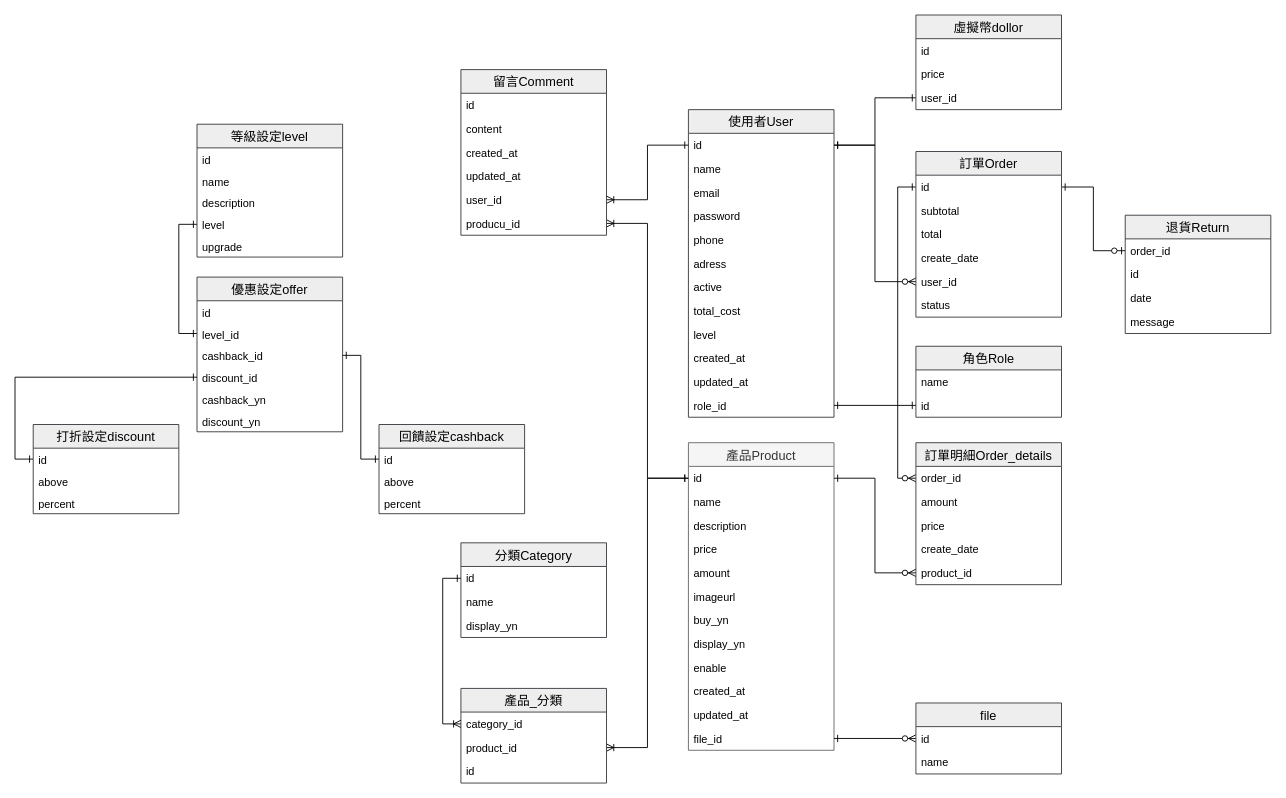
Shenyoyo/ShoppingWeb keeps this draw.io diagram as 系統規劃/購物網資料庫設計.drawio. Above is the earlier version. Source tidied: cells renumbered, new cells numbered last; positions are measured from the earlier drawing's top-left corner, leaving out a move shared by most shapes. Both pictures are drawn from the tidied source at 91%, with x=0, y=0 at pixel (33, 15).
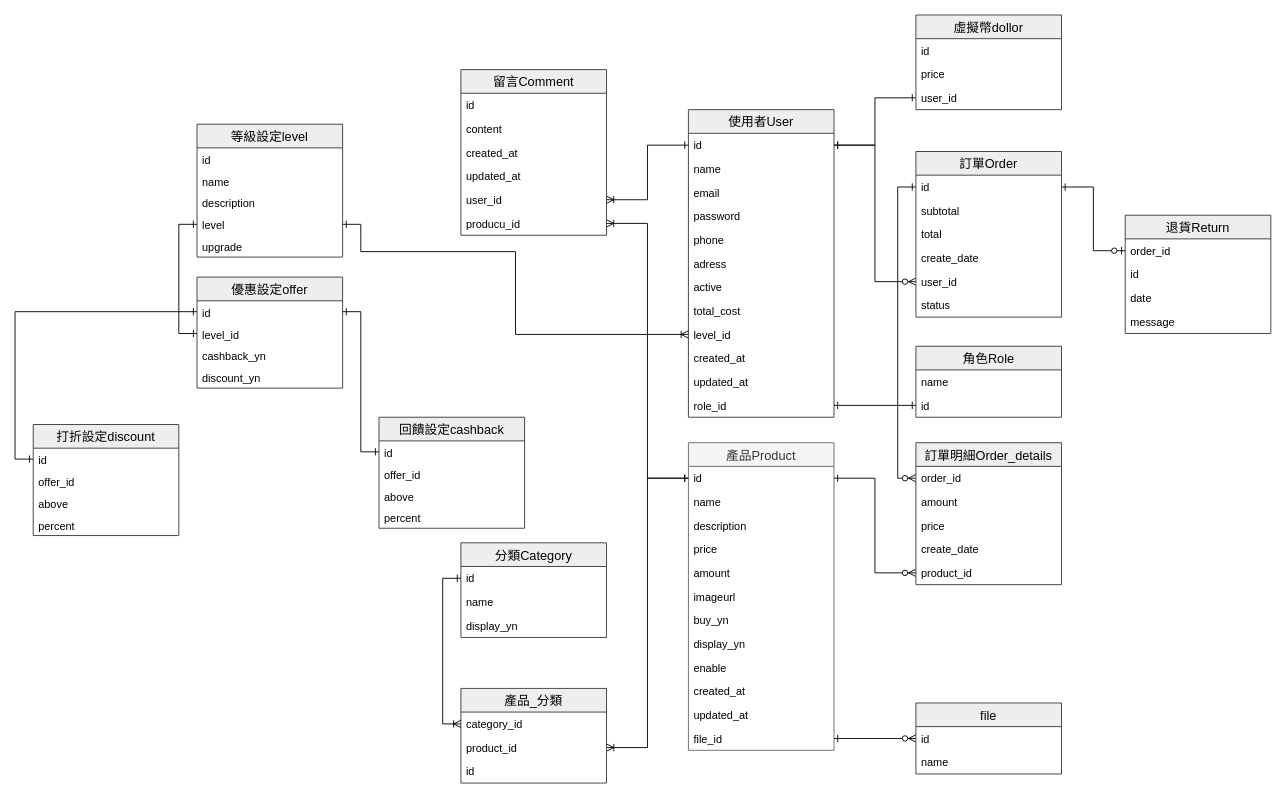
Above is the later version.

The change refers to these unchanged cells:
```xml
<mxCell id="2" value="使用者User" style="swimlane;fontStyle=0;horizontal=1;startSize=26;align=center;fontSize=14;swimlaneFillColor=#ffffff;fillColor=#eeeeee;strokeColor=#36393d;" parent="1" vertex="1">
  <mxGeometry x="720" y="104" width="160" height="338" as="geometry" />
</mxCell>
<mxCell id="84" value="id" style="text;strokeColor=none;fillColor=none;spacingLeft=4;spacingRight=4;overflow=hidden;points=[[0,0.5],[1,0.5]];portConstraint=eastwest;fontSize=12;" parent="83" vertex="1">
  <mxGeometry y="26" width="160" height="24" as="geometry" />
</mxCell>
<mxCell id="85" value="level_id" style="text;strokeColor=none;fillColor=none;spacingLeft=4;spacingRight=4;overflow=hidden;points=[[0,0.5],[1,0.5]];portConstraint=eastwest;fontSize=12;" parent="83" vertex="1">
  <mxGeometry y="50" width="160" height="24" as="geometry" />
</mxCell>
<mxCell id="94" value="level" style="text;strokeColor=none;fillColor=none;spacingLeft=4;spacingRight=4;overflow=hidden;points=[[0,0.5],[1,0.5]];portConstraint=eastwest;fontSize=12;" parent="90" vertex="1">
  <mxGeometry y="98" width="160" height="24" as="geometry" />
</mxCell>
<mxCell id="99" value="id" style="text;strokeColor=none;fillColor=none;spacingLeft=4;spacingRight=4;overflow=hidden;points=[[0,0.5],[1,0.5]];portConstraint=eastwest;fontSize=12;" parent="98" vertex="1">
  <mxGeometry y="26" width="160" height="24" as="geometry" />
</mxCell>
<mxCell id="103" value="id" style="text;strokeColor=none;fillColor=none;spacingLeft=4;spacingRight=4;overflow=hidden;points=[[0,0.5],[1,0.5]];portConstraint=eastwest;fontSize=12;" parent="102" vertex="1">
  <mxGeometry y="26" width="160" height="24" as="geometry" />
</mxCell>
```

Diff of the diagram source:
```diff
@@
-    <mxCell id="11" value="level" style="text;strokeColor=none;fillColor=none;spacingLeft=4;spacingRight=4;overflow=hidden;points=[[0,0.5],[1,0.5]];portConstraint=eastwest;fontSize=12;" parent="2" vertex="1">
+    <mxCell id="11" value="level_id" style="text;strokeColor=none;fillColor=none;spacingLeft=4;spacingRight=4;overflow=hidden;points=[[0,0.5],[1,0.5]];portConstraint=eastwest;fontSize=12;" parent="2" vertex="1">
       <mxGeometry y="234" width="160" height="26" as="geometry" />
     </mxCell>
@@
-    <mxCell id="74" style="edgeStyle=orthogonalEdgeStyle;rounded=0;jettySize=auto;html=1;entryX=0;entryY=0.5;entryDx=0;entryDy=0;startArrow=ERone;startFill=0;endArrow=ERone;endFill=0;" parent="1" edge="1" source="94" target="85">
-      <mxGeometry relative="1" as="geometry" />
-    </mxCell>
@@
     <mxCell id="83" value="優惠設定offer" style="swimlane;fontStyle=0;horizontal=1;startSize=26;align=center;fontSize=14;swimlaneFillColor=#ffffff;fillColor=#eeeeee;strokeColor=#36393d;" parent="1" vertex="1">
-      <mxGeometry x="180" y="288" width="160" height="170" as="geometry" />
+      <mxGeometry x="180" y="288" width="160" height="122" as="geometry" />
     </mxCell>
@@
-    <mxCell id="86" value="cashback_id" style="text;strokeColor=none;fillColor=none;spacingLeft=4;spacingRight=4;overflow=hidden;points=[[0,0.5],[1,0.5]];portConstraint=eastwest;fontSize=12;" parent="83" vertex="1">
-      <mxGeometry y="74" width="160" height="24" as="geometry" />
-    </mxCell>
-    <mxCell id="87" value="discount_id" style="text;strokeColor=none;fillColor=none;spacingLeft=4;spacingRight=4;overflow=hidden;points=[[0,0.5],[1,0.5]];portConstraint=eastwest;fontSize=12;" parent="83" vertex="1">
-      <mxGeometry y="98" width="160" height="24" as="geometry" />
-    </mxCell>
     <mxCell id="88" value="cashback_yn" style="text;strokeColor=none;fillColor=none;spacingLeft=4;spacingRight=4;overflow=hidden;fontSize=12;" parent="83" vertex="1">
-      <mxGeometry y="122" width="160" height="24" as="geometry" />
+      <mxGeometry y="74" width="160" height="24" as="geometry" />
     </mxCell>
     <mxCell id="89" value="discount_yn" style="text;strokeColor=none;fillColor=none;spacingLeft=4;spacingRight=4;overflow=hidden;fontSize=12;" parent="83" vertex="1">
-      <mxGeometry y="146" width="160" height="24" as="geometry" />
+      <mxGeometry y="98" width="160" height="24" as="geometry" />
     </mxCell>
@@
-    <mxCell id="96" style="edgeStyle=orthogonalEdgeStyle;rounded=0;jettySize=auto;html=1;exitX=0;exitY=0.5;exitDx=0;exitDy=0;entryX=0;entryY=0.5;entryDx=0;entryDy=0;startArrow=ERone;startFill=0;endArrow=ERone;endFill=0;" parent="1" edge="1" source="99" target="87">
-      <mxGeometry relative="1" as="geometry" />
-    </mxCell>
-    <mxCell id="97" style="edgeStyle=orthogonalEdgeStyle;rounded=0;jettySize=auto;html=1;exitX=1;exitY=0.5;exitDx=0;exitDy=0;startArrow=ERone;startFill=0;endArrow=ERone;endFill=0;" parent="1" edge="1" source="86" target="103">
-      <mxGeometry relative="1" as="geometry" />
-    </mxCell>
     <mxCell id="98" value="打折設定discount" style="swimlane;fontStyle=0;horizontal=1;startSize=26;align=center;fontSize=14;swimlaneFillColor=#ffffff;fillColor=#eeeeee;strokeColor=#36393d;" parent="1" vertex="1">
-      <mxGeometry y="450" width="160" height="98" as="geometry" />
+      <mxGeometry y="450" width="160" height="122" as="geometry" />
     </mxCell>
@@
+    <mxCell id="106" value="offer_id" style="text;strokeColor=none;fillColor=none;spacingLeft=4;spacingRight=4;overflow=hidden;fontSize=12;" parent="98" vertex="1">
+      <mxGeometry y="50" width="160" height="24" as="geometry" />
+    </mxCell>
     <mxCell id="100" value="above" style="text;strokeColor=none;fillColor=none;spacingLeft=4;spacingRight=4;overflow=hidden;fontSize=12;" parent="98" vertex="1">
-      <mxGeometry y="50" width="160" height="24" as="geometry" />
+      <mxGeometry y="74" width="160" height="24" as="geometry" />
     </mxCell>
     <mxCell id="101" value="percent" style="text;strokeColor=none;fillColor=none;spacingLeft=4;spacingRight=4;overflow=hidden;fontSize=12;" parent="98" vertex="1">
-      <mxGeometry y="74" width="160" height="24" as="geometry" />
+      <mxGeometry y="98" width="160" height="24" as="geometry" />
     </mxCell>
+    <mxCell id="107" style="edgeStyle=orthogonalEdgeStyle;rounded=0;jettySize=auto;html=1;exitX=0;exitY=0.5;exitDx=0;exitDy=0;entryX=0;entryY=0.5;entryDx=0;entryDy=0;startArrow=ERone;startFill=0;endArrow=ERone;endFill=0;" parent="1" edge="1" source="84" target="99">
+      <mxGeometry relative="1" as="geometry" />
+    </mxCell>
+    <mxCell id="108" style="edgeStyle=orthogonalEdgeStyle;rounded=0;jettySize=auto;html=1;exitX=1;exitY=0.5;exitDx=0;exitDy=0;entryX=0;entryY=0.5;entryDx=0;entryDy=0;startArrow=ERone;startFill=0;endArrow=ERone;endFill=0;" parent="1" edge="1" source="84" target="103">
+      <mxGeometry relative="1" as="geometry" />
+    </mxCell>
+    <mxCell id="74" style="edgeStyle=orthogonalEdgeStyle;rounded=0;jettySize=auto;html=1;exitX=0;exitY=0.5;exitDx=0;exitDy=0;entryX=0;entryY=0.5;entryDx=0;entryDy=0;startArrow=ERone;startFill=0;endArrow=ERone;endFill=0;" parent="1" edge="1" source="94" target="85">
+      <mxGeometry relative="1" as="geometry" />
+    </mxCell>
+    <mxCell id="109" style="edgeStyle=orthogonalEdgeStyle;rounded=0;jettySize=auto;html=1;exitX=1;exitY=0.5;exitDx=0;exitDy=0;entryX=0;entryY=0.5;entryDx=0;entryDy=0;startArrow=ERone;startFill=0;endArrow=ERoneToMany;endFill=0;" parent="1" edge="1" source="94" target="11">
+      <mxGeometry relative="1" as="geometry">
+        <Array as="points">
+          <mxPoint x="360" y="230" />
+          <mxPoint x="360" y="260" />
+          <mxPoint x="530" y="260" />
+          <mxPoint x="530" y="351" />
+        </Array>
+      </mxGeometry>
+    </mxCell>
     <mxCell id="102" value="回饋設定cashback" style="swimlane;fontStyle=0;horizontal=1;startSize=26;align=center;fontSize=14;swimlaneFillColor=#ffffff;fillColor=#eeeeee;strokeColor=#36393d;" parent="1" vertex="1">
-      <mxGeometry x="380" y="450" width="160" height="98" as="geometry" />
+      <mxGeometry x="380" y="442" width="160" height="122" as="geometry" />
     </mxCell>
@@
+    <mxCell id="105" value="offer_id" style="text;strokeColor=none;fillColor=none;spacingLeft=4;spacingRight=4;overflow=hidden;fontSize=12;" parent="102" vertex="1">
+      <mxGeometry y="50" width="160" height="24" as="geometry" />
+    </mxCell>
     <mxCell id="104" value="above" style="text;strokeColor=none;fillColor=none;spacingLeft=4;spacingRight=4;overflow=hidden;fontSize=12;" parent="102" vertex="1">
-      <mxGeometry y="50" width="160" height="24" as="geometry" />
+      <mxGeometry y="74" width="160" height="24" as="geometry" />
     </mxCell>
-    <mxCell id="105" value="percent" style="text;strokeColor=none;fillColor=none;spacingLeft=4;spacingRight=4;overflow=hidden;fontSize=12;" parent="102" vertex="1">
-      <mxGeometry y="74" width="160" height="24" as="geometry" />
-    </mxCell>
+    <mxCell id="110" value="percent" style="text;strokeColor=none;fillColor=none;spacingLeft=4;spacingRight=4;overflow=hidden;fontSize=12;" parent="102" vertex="1">
+      <mxGeometry y="98" width="160" height="24" as="geometry" />
+    </mxCell>
```
